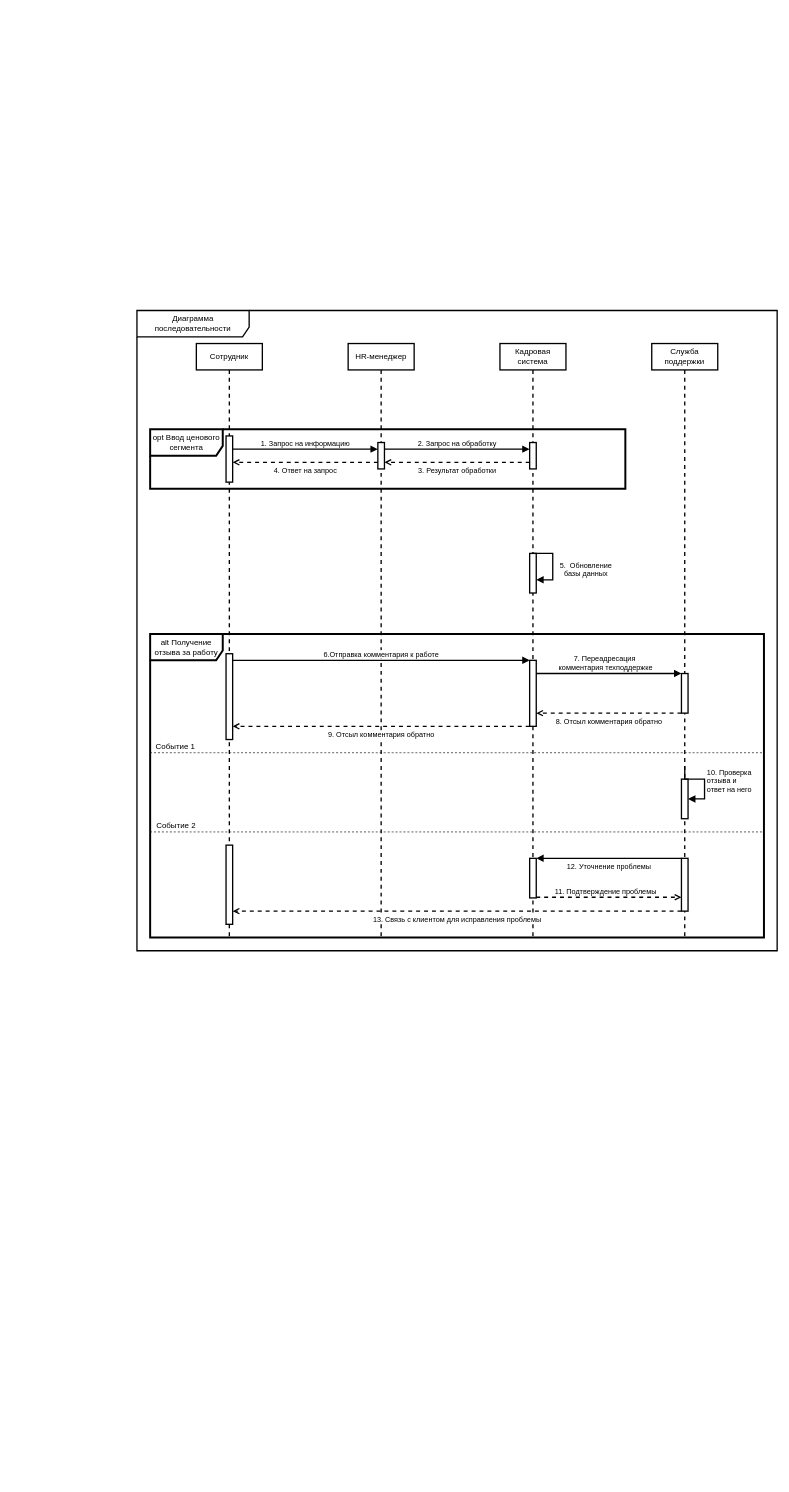
This is page "Page-6" (6 of 12) of 1.drawio from Helpmepleaseitishard/Aikms, a draw.io file, before an edit. Source tidied: cells renumbered, new cells numbered last; positions are measured from the earlier drawing's top-left corner, leaving out a move shared by most shapes. Both pictures are drawn from the tidied source at 66%, with x=0, y=0 at pixel (137, 310).
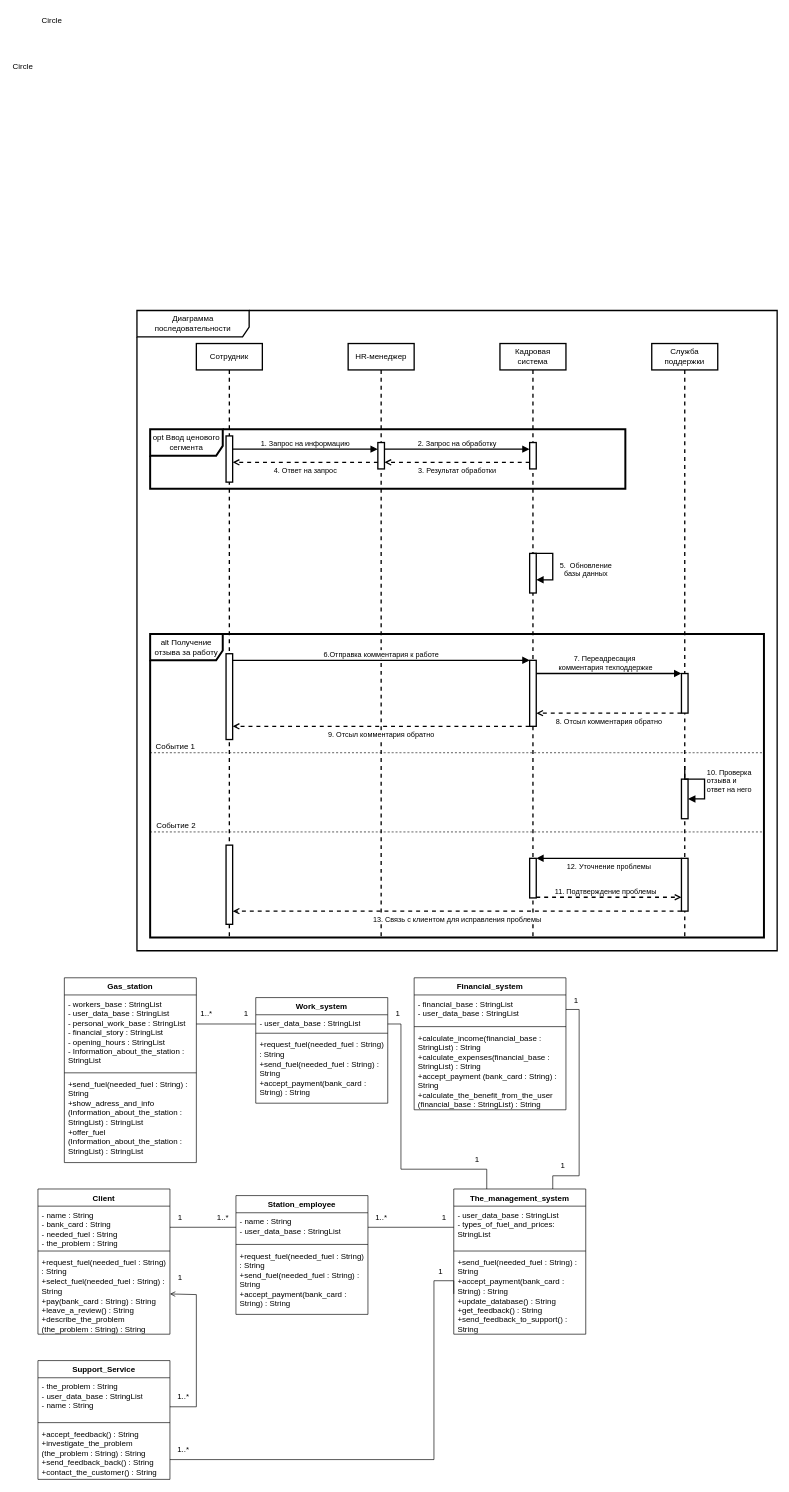
Above is the later version.

What changed in the source:
```diff
@@
+    <mxCell id="37" value="Circle" style="text;whiteSpace=wrap;" parent="1" vertex="1">
+      <mxGeometry x="-190" y="-384" width="60" height="36" as="geometry" />
+    </mxCell>
+    <mxCell id="38" value="Circle" style="text;whiteSpace=wrap;" parent="1" vertex="1">
+      <mxGeometry x="-146" y="-453" width="60" height="36" as="geometry" />
+    </mxCell>
+    <mxCell id="39" value="The_management_system" style="swimlane;fontStyle=1;align=center;verticalAlign=top;horizontal=1;startSize=26;whiteSpace=wrap;html=1;" parent="1" vertex="1">
+      <mxGeometry x="480" y="1331" width="200" height="220" as="geometry" />
+    </mxCell>
+    <mxCell id="40" value="&lt;div&gt;-&amp;nbsp;user_data_base : StringList&lt;/div&gt;&lt;div&gt;&lt;div&gt;&lt;div&gt;- types_of_fuel_and_prices: StringList&lt;/div&gt;&lt;/div&gt;&lt;/div&gt;" style="text;strokeColor=none;fillColor=none;align=left;verticalAlign=top;spacingLeft=4;spacingRight=4;overflow=hidden;points=[[0,0.5],[1,0.5]];portConstraint=eastwest;whiteSpace=wrap;html=1;" parent="39" vertex="1">
+      <mxGeometry y="26" width="200" height="64" as="geometry" />
+    </mxCell>
+    <mxCell id="41" style="line;strokeWidth=1;fillColor=none;align=left;verticalAlign=middle;spacingTop=-1;spacingLeft=3;spacingRight=3;labelPosition=right;strokeColor=inherit;" parent="39" vertex="1">
+      <mxGeometry y="90" width="200" height="8" as="geometry" />
+    </mxCell>
+    <mxCell id="42" value="+send_fuel(needed_fuel : String) : String&lt;br&gt;+accept_payment(bank_card : String) : String&lt;br&gt;+update_database() : String&lt;br&gt;+get_feedback() : String&lt;br&gt;+send_feedback_to_support() : String" style="text;strokeColor=none;fillColor=none;align=left;verticalAlign=top;spacingLeft=4;spacingRight=4;overflow=hidden;points=[[0,0.5],[1,0.5]];portConstraint=eastwest;whiteSpace=wrap;html=1;" parent="39" vertex="1">
+      <mxGeometry y="98" width="200" height="122" as="geometry" />
+    </mxCell>
+    <mxCell id="43" value="Station_employee" style="swimlane;fontStyle=1;align=center;verticalAlign=top;horizontal=1;startSize=26;whiteSpace=wrap;html=1;" parent="1" vertex="1">
+      <mxGeometry x="150" y="1341" width="200" height="180" as="geometry" />
+    </mxCell>
+    <mxCell id="44" value="&lt;div&gt;- name : String&lt;/div&gt;&lt;div&gt;&lt;div&gt;&lt;div&gt;&lt;div&gt;&lt;div&gt;- user_data_base : StringList&lt;/div&gt;&lt;/div&gt;&lt;/div&gt;&lt;/div&gt;&lt;/div&gt;" style="text;strokeColor=none;fillColor=none;align=left;verticalAlign=top;spacingLeft=4;spacingRight=4;overflow=hidden;points=[[0,0.5],[1,0.5]];portConstraint=eastwest;whiteSpace=wrap;html=1;" parent="43" vertex="1">
+      <mxGeometry y="26" width="200" height="44" as="geometry" />
+    </mxCell>
+    <mxCell id="45" style="line;strokeWidth=1;fillColor=none;align=left;verticalAlign=middle;spacingTop=-1;spacingLeft=3;spacingRight=3;labelPosition=right;strokeColor=inherit;" parent="43" vertex="1">
+      <mxGeometry y="70" width="200" height="8" as="geometry" />
+    </mxCell>
+    <mxCell id="46" value="+request_fuel(needed_fuel : String) : String&lt;br&gt;+send_fuel(needed_fuel : String) : String&lt;br&gt;+accept_payment(bank_card : String) : String" style="text;strokeColor=none;fillColor=none;align=left;verticalAlign=top;spacingLeft=4;spacingRight=4;overflow=hidden;whiteSpace=wrap;html=1;" parent="43" vertex="1">
+      <mxGeometry y="78" width="200" height="102" as="geometry" />
+    </mxCell>
+    <mxCell id="47" value="Client" style="swimlane;fontStyle=1;align=center;verticalAlign=top;horizontal=1;startSize=26;whiteSpace=wrap;html=1;" parent="1" vertex="1">
+      <mxGeometry x="-150" y="1331" width="200" height="220" as="geometry" />
+    </mxCell>
+    <mxCell id="48" value="&lt;div&gt;- name : String&lt;/div&gt;&lt;div&gt;&lt;div&gt;- bank_card : String&lt;/div&gt;&lt;div&gt;&lt;div&gt;- needed_fuel : String&lt;/div&gt;&lt;div&gt;&lt;div&gt;- the_problem : String&lt;/div&gt;&lt;/div&gt;&lt;/div&gt;&lt;/div&gt;" style="text;strokeColor=none;fillColor=none;align=left;verticalAlign=top;spacingLeft=4;spacingRight=4;overflow=hidden;points=[[0,0.5],[1,0.5]];portConstraint=eastwest;whiteSpace=wrap;html=1;" parent="47" vertex="1">
+      <mxGeometry y="26" width="200" height="64" as="geometry" />
+    </mxCell>
+    <mxCell id="49" style="line;strokeWidth=1;fillColor=none;align=left;verticalAlign=middle;spacingTop=-1;spacingLeft=3;spacingRight=3;labelPosition=right;strokeColor=inherit;" parent="47" vertex="1">
+      <mxGeometry y="90" width="200" height="8" as="geometry" />
+    </mxCell>
+    <mxCell id="50" value="+request_fuel(needed_fuel : String) : String&lt;br&gt;+select_fuel(needed_fuel : String) : String&lt;br&gt;+pay(bank_card : String) : String&lt;br&gt;+leave_a_review() : String&lt;br&gt;+describe_the_problem (the_problem : String) : String" style="text;strokeColor=none;fillColor=none;align=left;verticalAlign=top;spacingLeft=4;spacingRight=4;overflow=hidden;points=[[0,0.5],[1,0.5]];portConstraint=eastwest;whiteSpace=wrap;html=1;" parent="47" vertex="1">
+      <mxGeometry y="98" width="200" height="122" as="geometry" />
+    </mxCell>
+    <mxCell id="51" style="edgeStyle=orthogonalEdgeStyle;rounded=0;jettySize=auto;html=1;entryX=1;entryY=0.5;entryDx=0;entryDy=0;strokeWidth=1;endArrow=open;endFill=0;startArrow=none;startFill=0;" parent="1" edge="1" target="50">
+      <mxGeometry relative="1" as="geometry">
+        <mxPoint x="50" y="1661" as="sourcePoint" />
+        <Array as="points">
+          <mxPoint x="90" y="1661" />
+          <mxPoint x="90" y="1491" />
+        </Array>
+      </mxGeometry>
+    </mxCell>
+    <mxCell id="52" value="Support_Service" style="swimlane;fontStyle=1;align=center;verticalAlign=top;horizontal=1;startSize=26;whiteSpace=wrap;html=1;" parent="1" vertex="1">
+      <mxGeometry x="-150" y="1591" width="200" height="180" as="geometry" />
+    </mxCell>
+    <mxCell id="53" value="&lt;div&gt;- the_problem : String&lt;/div&gt;&lt;div&gt;&lt;div&gt;&lt;div&gt;-&amp;nbsp;user_data_base : StringList&lt;div&gt;&lt;div&gt;- name : String&lt;/div&gt;&lt;/div&gt;&lt;/div&gt;&lt;/div&gt;&lt;/div&gt;" style="text;strokeColor=none;fillColor=none;align=left;verticalAlign=top;spacingLeft=4;spacingRight=4;overflow=hidden;whiteSpace=wrap;html=1;" parent="52" vertex="1">
+      <mxGeometry y="26" width="200" height="64" as="geometry" />
+    </mxCell>
+    <mxCell id="54" style="line;strokeWidth=1;fillColor=none;align=left;verticalAlign=middle;spacingTop=-1;spacingLeft=3;spacingRight=3;labelPosition=right;strokeColor=inherit;" parent="52" vertex="1">
+      <mxGeometry y="90" width="200" height="8" as="geometry" />
+    </mxCell>
+    <mxCell id="55" value="+accept_feedback() : String&lt;br&gt;+investigate_the_problem (the_problem : String) : String&lt;br&gt;+send_feedback_back() : String&lt;br&gt;+contact_the_customer() : String" style="text;strokeColor=none;fillColor=none;align=left;verticalAlign=top;spacingLeft=4;spacingRight=4;overflow=hidden;whiteSpace=wrap;html=1;" parent="52" vertex="1">
+      <mxGeometry y="98" width="200" height="82" as="geometry" />
+    </mxCell>
+    <mxCell id="56" style="edgeStyle=orthogonalEdgeStyle;rounded=0;jettySize=auto;html=1;exitX=1;exitY=0.5;exitDx=0;exitDy=0;entryX=0;entryY=0.5;entryDx=0;entryDy=0;strokeWidth=1;endArrow=none;endFill=0;startFill=0;" parent="1" edge="1" source="48" target="44">
+      <mxGeometry relative="1" as="geometry" />
+    </mxCell>
+    <mxCell id="57" style="edgeStyle=orthogonalEdgeStyle;rounded=0;jettySize=auto;html=1;exitX=1;exitY=0.5;exitDx=0;exitDy=0;entryX=0;entryY=0.5;entryDx=0;entryDy=0;endArrow=none;endFill=0;startArrow=none;startFill=0;" parent="1" edge="1" source="44" target="40">
+      <mxGeometry relative="1" as="geometry" />
+    </mxCell>
+    <mxCell id="58" style="edgeStyle=orthogonalEdgeStyle;rounded=0;jettySize=auto;html=1;exitX=0;exitY=0.5;exitDx=0;exitDy=0;endArrow=none;endFill=0;startFill=0;" parent="1" edge="1" source="42">
+      <mxGeometry relative="1" as="geometry">
+        <mxPoint x="50" y="1741" as="targetPoint" />
+        <Array as="points">
+          <mxPoint x="450" y="1470" />
+          <mxPoint x="450" y="1741" />
+          <mxPoint x="50" y="1741" />
+        </Array>
+      </mxGeometry>
+    </mxCell>
+    <mxCell id="59" value="1..*" style="text;html=1;align=center;verticalAlign=middle;strokeColor=none;fillColor=none;" parent="1" vertex="1">
+      <mxGeometry x="110" y="1359" width="40" height="30" as="geometry" />
+    </mxCell>
+    <mxCell id="60" value="1" style="text;html=1;align=center;verticalAlign=middle;strokeColor=none;fillColor=none;" parent="1" vertex="1">
+      <mxGeometry x="50" y="1359" width="30" height="30" as="geometry" />
+    </mxCell>
+    <mxCell id="61" value="1" style="text;html=1;align=center;verticalAlign=middle;strokeColor=none;fillColor=none;" parent="1" vertex="1">
+      <mxGeometry x="445" y="1441" width="30" height="30" as="geometry" />
+    </mxCell>
+    <mxCell id="62" value="1" style="text;html=1;align=center;verticalAlign=middle;strokeColor=none;fillColor=none;" parent="1" vertex="1">
+      <mxGeometry x="450" y="1359" width="30" height="30" as="geometry" />
+    </mxCell>
+    <mxCell id="63" value="1..*" style="text;html=1;align=center;verticalAlign=middle;strokeColor=none;fillColor=none;" parent="1" vertex="1">
+      <mxGeometry x="50" y="1711" width="40" height="30" as="geometry" />
+    </mxCell>
+    <mxCell id="64" value="1" style="text;html=1;align=center;verticalAlign=middle;strokeColor=none;fillColor=none;" parent="1" vertex="1">
+      <mxGeometry x="50" y="1451" width="30" height="30" as="geometry" />
+    </mxCell>
+    <mxCell id="65" value="1..*" style="text;html=1;align=center;verticalAlign=middle;strokeColor=none;fillColor=none;" parent="1" vertex="1">
+      <mxGeometry x="350" y="1359" width="40" height="30" as="geometry" />
+    </mxCell>
+    <mxCell id="66" value="1..*" style="text;html=1;align=center;verticalAlign=middle;strokeColor=none;fillColor=none;" parent="1" vertex="1">
+      <mxGeometry x="50" y="1631" width="40" height="30" as="geometry" />
+    </mxCell>
+    <mxCell id="67" value="Financial_system" style="swimlane;fontStyle=1;align=center;verticalAlign=top;horizontal=1;startSize=26;whiteSpace=wrap;html=1;" parent="1" vertex="1">
+      <mxGeometry x="420" y="1011" width="230" height="200" as="geometry" />
+    </mxCell>
+    <mxCell id="68" value="&lt;div&gt;- financial_base : StringList&lt;/div&gt;&lt;div&gt;&lt;div&gt;&lt;div&gt;&lt;div&gt;&lt;div&gt;- user_data_base : StringList&lt;/div&gt;&lt;/div&gt;&lt;/div&gt;&lt;/div&gt;&lt;/div&gt;" style="text;strokeColor=none;fillColor=none;align=left;verticalAlign=top;spacingLeft=4;spacingRight=4;overflow=hidden;points=[[0,0.5],[1,0.5]];portConstraint=eastwest;whiteSpace=wrap;html=1;" parent="67" vertex="1">
+      <mxGeometry y="26" width="230" height="44" as="geometry" />
+    </mxCell>
+    <mxCell id="69" style="line;strokeWidth=1;fillColor=none;align=left;verticalAlign=middle;spacingTop=-1;spacingLeft=3;spacingRight=3;labelPosition=right;strokeColor=inherit;" parent="67" vertex="1">
+      <mxGeometry y="70" width="230" height="8" as="geometry" />
+    </mxCell>
+    <mxCell id="70" value="&lt;div&gt;+calculate_income(financial_base : StringList) : String&lt;/div&gt;&lt;div&gt;+calculate_expenses(financial_base : StringList) : String&lt;/div&gt;&lt;div&gt;+accept_payment (bank_card : String) : String&lt;/div&gt;&lt;div&gt;+calculate_the_benefit_from_the_user (financial_base : StringList) : String&lt;/div&gt;" style="text;strokeColor=none;fillColor=none;align=left;verticalAlign=top;spacingLeft=4;spacingRight=4;overflow=hidden;whiteSpace=wrap;html=1;" parent="67" vertex="1">
+      <mxGeometry y="78" width="230" height="122" as="geometry" />
+    </mxCell>
+    <mxCell id="71" style="edgeStyle=none;curved=0;rounded=0;jettySize=auto;html=1;exitX=1;exitY=0.25;exitDx=0;exitDy=0;entryX=0.25;entryY=0;entryDx=0;entryDy=0;fontSize=12;startSize=8;endSize=8;endArrow=none;startFill=0;" parent="1" edge="1" source="73" target="39">
+      <mxGeometry relative="1" as="geometry">
+        <Array as="points">
+          <mxPoint x="400" y="1081" />
+          <mxPoint x="400" y="1301" />
+          <mxPoint x="530" y="1301" />
+        </Array>
+      </mxGeometry>
+    </mxCell>
+    <mxCell id="72" style="edgeStyle=none;curved=0;rounded=0;jettySize=auto;html=1;exitX=0;exitY=0.25;exitDx=0;exitDy=0;entryX=1;entryY=0.25;entryDx=0;entryDy=0;fontSize=12;startSize=8;endSize=8;endArrow=none;startFill=0;" parent="1" edge="1" source="73" target="78">
+      <mxGeometry relative="1" as="geometry" />
+    </mxCell>
+    <mxCell id="73" value="Work_system" style="swimlane;fontStyle=1;align=center;verticalAlign=top;horizontal=1;startSize=26;whiteSpace=wrap;html=1;" parent="1" vertex="1">
+      <mxGeometry x="180" y="1041" width="200" height="160" as="geometry" />
+    </mxCell>
+    <mxCell id="74" value="&lt;div&gt;- user_data_base : StringList&lt;/div&gt;" style="text;strokeColor=none;fillColor=none;align=left;verticalAlign=top;spacingLeft=4;spacingRight=4;overflow=hidden;whiteSpace=wrap;html=1;" parent="73" vertex="1">
+      <mxGeometry y="26" width="200" height="24" as="geometry" />
+    </mxCell>
+    <mxCell id="75" style="line;strokeWidth=1;fillColor=none;align=left;verticalAlign=middle;spacingTop=-1;spacingLeft=3;spacingRight=3;labelPosition=right;strokeColor=inherit;" parent="73" vertex="1">
+      <mxGeometry y="50" width="200" height="8" as="geometry" />
+    </mxCell>
+    <mxCell id="76" value="+request_fuel(needed_fuel : String) : String&lt;br&gt;+send_fuel(needed_fuel : String) : String&lt;br&gt;+accept_payment(bank_card : String) : String" style="text;strokeColor=none;fillColor=none;align=left;verticalAlign=top;spacingLeft=4;spacingRight=4;overflow=hidden;whiteSpace=wrap;html=1;" parent="73" vertex="1">
+      <mxGeometry y="58" width="200" height="102" as="geometry" />
+    </mxCell>
+    <mxCell id="77" style="edgeStyle=none;curved=0;rounded=0;jettySize=auto;html=1;exitX=1;exitY=0.5;exitDx=0;exitDy=0;entryX=0.75;entryY=0;entryDx=0;entryDy=0;fontSize=12;startSize=8;endSize=8;endArrow=none;startFill=0;" parent="1" edge="1" source="68" target="39">
+      <mxGeometry relative="1" as="geometry">
+        <Array as="points">
+          <mxPoint x="670" y="1059" />
+          <mxPoint x="670" y="1311" />
+          <mxPoint x="630" y="1311" />
+        </Array>
+      </mxGeometry>
+    </mxCell>
+    <mxCell id="78" value="Gas_station" style="swimlane;fontStyle=1;align=center;verticalAlign=top;horizontal=1;startSize=26;whiteSpace=wrap;html=1;" parent="1" vertex="1">
+      <mxGeometry x="-110" y="1011" width="200" height="280" as="geometry" />
+    </mxCell>
+    <mxCell id="79" value="&lt;div&gt;&lt;div&gt;- workers_base : StringList&lt;/div&gt;&lt;/div&gt;&lt;div&gt;&lt;div&gt;&lt;div&gt;&lt;div&gt;&lt;div&gt;- user_data_base : StringList&lt;/div&gt;&lt;div&gt;- personal_work_base : StringList&lt;/div&gt;&lt;div&gt;- financial_story  : StringList&lt;/div&gt;&lt;div&gt;- opening_hours : StringList&lt;/div&gt;&lt;div&gt;- Information_about_the_station : StringList&lt;/div&gt;&lt;/div&gt;&lt;/div&gt;&lt;/div&gt;&lt;/div&gt;" style="text;strokeColor=none;fillColor=none;align=left;verticalAlign=top;spacingLeft=4;spacingRight=4;overflow=hidden;whiteSpace=wrap;html=1;" parent="78" vertex="1">
+      <mxGeometry y="26" width="200" height="114" as="geometry" />
+    </mxCell>
+    <mxCell id="80" style="line;strokeWidth=1;fillColor=none;align=left;verticalAlign=middle;spacingTop=-1;spacingLeft=3;spacingRight=3;labelPosition=right;strokeColor=inherit;" parent="78" vertex="1">
+      <mxGeometry y="140" width="200" height="8" as="geometry" />
+    </mxCell>
+    <mxCell id="81" value="+send_fuel(needed_fuel : String) : String&lt;br&gt;&lt;div&gt;+show_adress_and_info (Information_about_the_station : StringList) : StringList&lt;/div&gt;&lt;div&gt;+offer_fuel (Information_about_the_station : StringList) : StringList&lt;/div&gt;" style="text;strokeColor=none;fillColor=none;align=left;verticalAlign=top;spacingLeft=4;spacingRight=4;overflow=hidden;whiteSpace=wrap;html=1;" parent="78" vertex="1">
+      <mxGeometry y="148" width="200" height="132" as="geometry" />
+    </mxCell>
+    <mxCell id="82" value="1" style="text;html=1;align=center;verticalAlign=middle;strokeColor=none;fillColor=none;" parent="1" vertex="1">
+      <mxGeometry x="630" y="1281" width="30" height="30" as="geometry" />
+    </mxCell>
+    <mxCell id="83" value="1" style="text;html=1;align=center;verticalAlign=middle;strokeColor=none;fillColor=none;" parent="1" vertex="1">
+      <mxGeometry x="650" y="1031" width="30" height="30" as="geometry" />
+    </mxCell>
+    <mxCell id="84" value="1" style="text;html=1;align=center;verticalAlign=middle;strokeColor=none;fillColor=none;" parent="1" vertex="1">
+      <mxGeometry x="500" y="1271" width="30" height="30" as="geometry" />
+    </mxCell>
+    <mxCell id="85" value="1" style="text;html=1;align=center;verticalAlign=middle;strokeColor=none;fillColor=none;" parent="1" vertex="1">
+      <mxGeometry x="380" y="1051" width="30" height="30" as="geometry" />
+    </mxCell>
+    <mxCell id="86" value="1" style="text;html=1;align=center;verticalAlign=middle;strokeColor=none;fillColor=none;" parent="1" vertex="1">
+      <mxGeometry x="150" y="1051" width="30" height="30" as="geometry" />
+    </mxCell>
+    <mxCell id="87" value="1..*" style="text;html=1;align=center;verticalAlign=middle;strokeColor=none;fillColor=none;" parent="1" vertex="1">
+      <mxGeometry x="85" y="1051" width="40" height="30" as="geometry" />
+    </mxCell>
```
